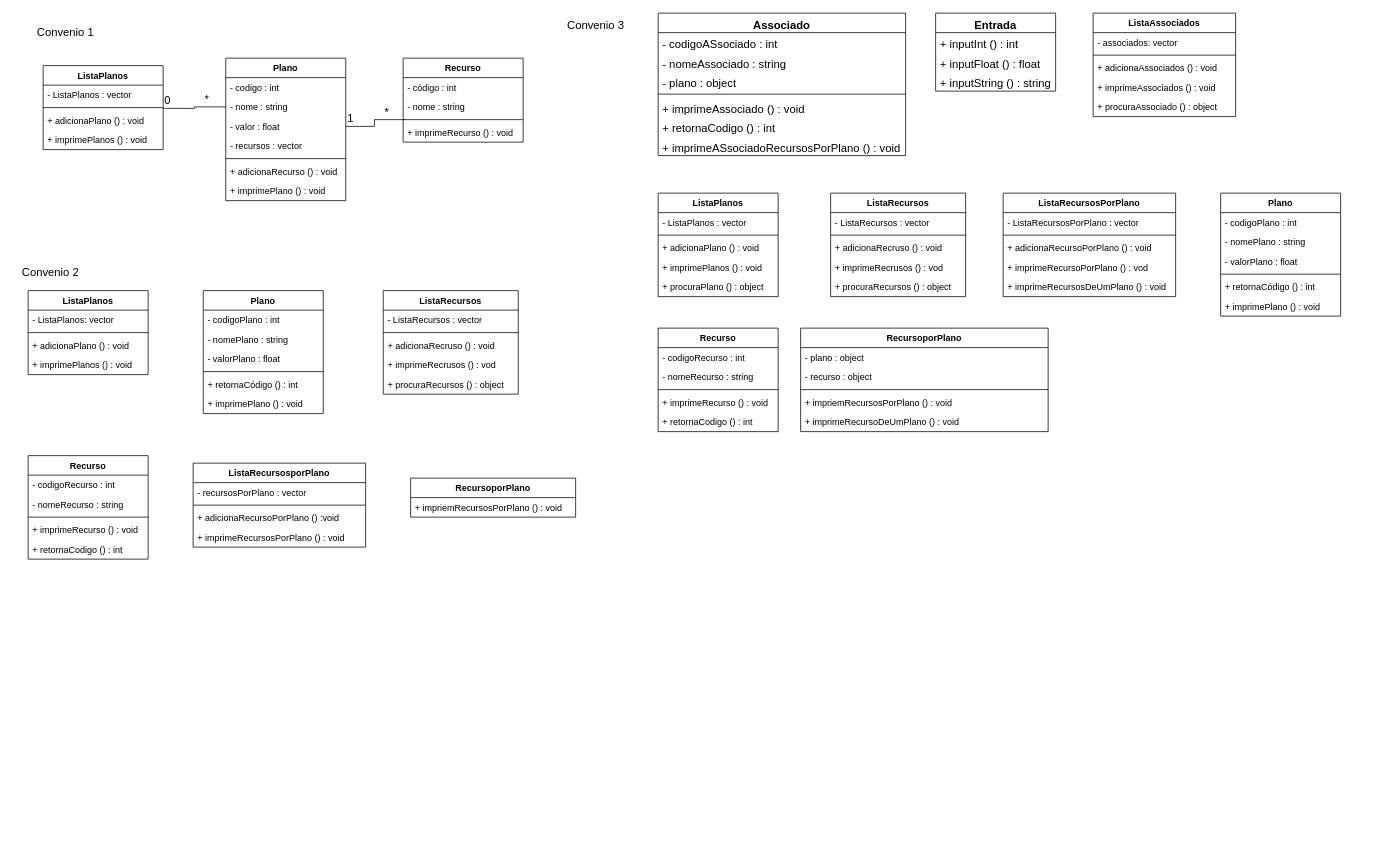
HansRafael/projects keeps this draw.io diagram as Facul/OOP.drawio. Above is the earlier version. Source tidied: cells renumbered, new cells numbered last; positions are measured from the earlier drawing's top-left corner, leaving out a move shared by most shapes. Both pictures are drawn from the tidied source at 75%, with x=0, y=0 at pixel (13, 13).
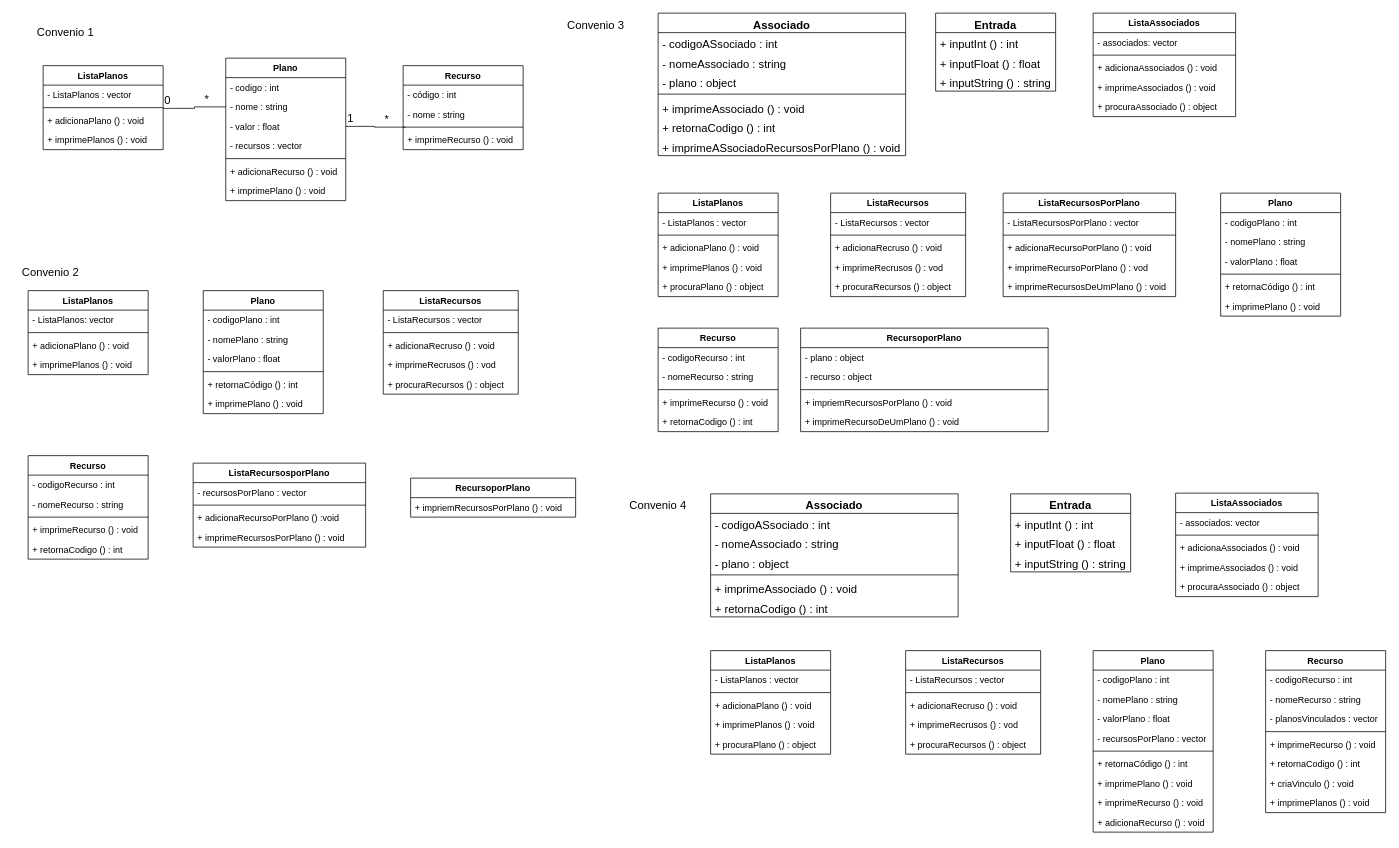
The same page after the edit.

Diff of the diagram source:
```diff
@@
     <mxCell id="15" value="Recurso" style="swimlane;fontStyle=1;align=center;verticalAlign=top;horizontal=1;startSize=26;" parent="1" vertex="1">
-      <mxGeometry x="520" y="60" width="160" height="112" as="geometry" />
+      <mxGeometry x="520" y="70" width="160" height="112" as="geometry" />
     </mxCell>
@@
+    <mxCell id="115" value="Convenio 4" style="text;html=1;strokeColor=none;fillColor=none;align=center;verticalAlign=middle;whiteSpace=wrap;rounded=0;fontSize=15;" parent="1" vertex="1">
+      <mxGeometry x="810" y="641" width="100" height="30" as="geometry" />
+    </mxCell>
+    <mxCell id="116" value="Associado" style="swimlane;fontStyle=1;align=center;verticalAlign=top;horizontal=1;startSize=26;fontSize=15;" parent="1" vertex="1">
+      <mxGeometry x="930" y="641" width="330" height="164" as="geometry" />
+    </mxCell>
+    <mxCell id="117" value="- codigoASsociado : int&#10;" style="text;strokeColor=none;fillColor=none;align=left;verticalAlign=top;spacingLeft=4;spacingRight=4;overflow=hidden;fontSize=15;" parent="116" vertex="1">
+      <mxGeometry y="26" width="330" height="26" as="geometry" />
+    </mxCell>
+    <mxCell id="118" value="- nomeAssociado : string&#10;" style="text;strokeColor=none;fillColor=none;align=left;verticalAlign=top;spacingLeft=4;spacingRight=4;overflow=hidden;fontSize=15;" parent="116" vertex="1">
+      <mxGeometry y="52" width="330" height="26" as="geometry" />
+    </mxCell>
+    <mxCell id="119" value="- plano : object" style="text;strokeColor=none;fillColor=none;align=left;verticalAlign=top;spacingLeft=4;spacingRight=4;overflow=hidden;fontSize=15;" parent="116" vertex="1">
+      <mxGeometry y="78" width="330" height="26" as="geometry" />
+    </mxCell>
+    <mxCell id="120" style="line;strokeWidth=1;fillColor=none;align=left;verticalAlign=middle;spacingTop=-1;spacingLeft=3;spacingRight=3;labelPosition=right;fontSize=15;" parent="116" vertex="1">
+      <mxGeometry y="104" width="330" height="8" as="geometry" />
+    </mxCell>
+    <mxCell id="121" value="+ imprimeAssociado () : void&#10;" style="text;strokeColor=none;fillColor=none;align=left;verticalAlign=top;spacingLeft=4;spacingRight=4;overflow=hidden;fontSize=15;" parent="116" vertex="1">
+      <mxGeometry y="112" width="330" height="26" as="geometry" />
+    </mxCell>
+    <mxCell id="122" value="+ retornaCodigo () : int" style="text;strokeColor=none;fillColor=none;align=left;verticalAlign=top;spacingLeft=4;spacingRight=4;overflow=hidden;fontSize=15;" parent="116" vertex="1">
+      <mxGeometry y="138" width="330" height="26" as="geometry" />
+    </mxCell>
+    <mxCell id="123" value="Entrada" style="swimlane;fontStyle=1;align=center;verticalAlign=top;horizontal=1;startSize=26;fontSize=15;" parent="1" vertex="1">
+      <mxGeometry x="1330" y="641" width="160" height="104" as="geometry" />
+    </mxCell>
+    <mxCell id="124" value="+ inputInt () : int" style="text;strokeColor=none;fillColor=none;align=left;verticalAlign=top;spacingLeft=4;spacingRight=4;overflow=hidden;fontSize=15;" parent="123" vertex="1">
+      <mxGeometry y="26" width="160" height="26" as="geometry" />
+    </mxCell>
+    <mxCell id="125" value="+ inputFloat () : float" style="text;strokeColor=none;fillColor=none;align=left;verticalAlign=top;spacingLeft=4;spacingRight=4;overflow=hidden;fontSize=15;" parent="123" vertex="1">
+      <mxGeometry y="52" width="160" height="26" as="geometry" />
+    </mxCell>
+    <mxCell id="126" value="+ inputString () : string" style="text;strokeColor=none;fillColor=none;align=left;verticalAlign=top;spacingLeft=4;spacingRight=4;overflow=hidden;fontSize=15;" parent="123" vertex="1">
+      <mxGeometry y="78" width="160" height="26" as="geometry" />
+    </mxCell>
+    <mxCell id="127" value="ListaAssociados" style="swimlane;fontStyle=1;align=center;verticalAlign=top;horizontal=1;startSize=26;" parent="1" vertex="1">
+      <mxGeometry x="1550" y="640" width="190" height="138" as="geometry" />
+    </mxCell>
+    <mxCell id="128" value="- associados: vector&#10;" style="text;strokeColor=none;fillColor=none;align=left;verticalAlign=top;spacingLeft=4;spacingRight=4;overflow=hidden;" parent="127" vertex="1">
+      <mxGeometry y="26" width="190" height="26" as="geometry" />
+    </mxCell>
+    <mxCell id="129" style="line;strokeWidth=1;fillColor=none;align=left;verticalAlign=middle;spacingTop=-1;spacingLeft=3;spacingRight=3;labelPosition=right;" parent="127" vertex="1">
+      <mxGeometry y="52" width="190" height="8" as="geometry" />
+    </mxCell>
+    <mxCell id="130" value="+ adicionaAssociados () : void" style="text;strokeColor=none;fillColor=none;align=left;verticalAlign=top;spacingLeft=4;spacingRight=4;overflow=hidden;" parent="127" vertex="1">
+      <mxGeometry y="60" width="190" height="26" as="geometry" />
+    </mxCell>
+    <mxCell id="131" value="+ imprimeAssociados () : void&#10;" style="text;strokeColor=none;fillColor=none;align=left;verticalAlign=top;spacingLeft=4;spacingRight=4;overflow=hidden;" parent="127" vertex="1">
+      <mxGeometry y="86" width="190" height="26" as="geometry" />
+    </mxCell>
+    <mxCell id="132" value="+ procuraAssociado () : object" style="text;strokeColor=none;fillColor=none;align=left;verticalAlign=top;spacingLeft=4;spacingRight=4;overflow=hidden;" parent="127" vertex="1">
+      <mxGeometry y="112" width="190" height="26" as="geometry" />
+    </mxCell>
+    <mxCell id="133" value="ListaPlanos" style="swimlane;fontStyle=1;align=center;verticalAlign=top;horizontal=1;startSize=26;" parent="1" vertex="1">
+      <mxGeometry x="930" y="850" width="160" height="138" as="geometry" />
+    </mxCell>
+    <mxCell id="134" value="- ListaPlanos : vector" style="text;strokeColor=none;fillColor=none;align=left;verticalAlign=top;spacingLeft=4;spacingRight=4;overflow=hidden;" parent="133" vertex="1">
+      <mxGeometry y="26" width="160" height="26" as="geometry" />
+    </mxCell>
+    <mxCell id="135" style="line;strokeWidth=1;fillColor=none;align=left;verticalAlign=middle;spacingTop=-1;spacingLeft=3;spacingRight=3;labelPosition=right;" parent="133" vertex="1">
+      <mxGeometry y="52" width="160" height="8" as="geometry" />
+    </mxCell>
+    <mxCell id="136" value="+ adicionaPlano () : void" style="text;strokeColor=none;fillColor=none;align=left;verticalAlign=top;spacingLeft=4;spacingRight=4;overflow=hidden;" parent="133" vertex="1">
+      <mxGeometry y="60" width="160" height="26" as="geometry" />
+    </mxCell>
+    <mxCell id="137" value="+ imprimePlanos () : void" style="text;strokeColor=none;fillColor=none;align=left;verticalAlign=top;spacingLeft=4;spacingRight=4;overflow=hidden;" parent="133" vertex="1">
+      <mxGeometry y="86" width="160" height="26" as="geometry" />
+    </mxCell>
+    <mxCell id="138" value="+ procuraPlano () : object" style="text;strokeColor=none;fillColor=none;align=left;verticalAlign=top;spacingLeft=4;spacingRight=4;overflow=hidden;" parent="133" vertex="1">
+      <mxGeometry y="112" width="160" height="26" as="geometry" />
+    </mxCell>
+    <mxCell id="139" value="ListaRecursos&#10;" style="swimlane;fontStyle=1;align=center;verticalAlign=top;horizontal=1;startSize=26;" parent="1" vertex="1">
+      <mxGeometry x="1190" y="850" width="180" height="138" as="geometry" />
+    </mxCell>
+    <mxCell id="140" value="- ListaRecursos : vector&#10;" style="text;strokeColor=none;fillColor=none;align=left;verticalAlign=top;spacingLeft=4;spacingRight=4;overflow=hidden;" parent="139" vertex="1">
+      <mxGeometry y="26" width="180" height="26" as="geometry" />
+    </mxCell>
+    <mxCell id="141" style="line;strokeWidth=1;fillColor=none;align=left;verticalAlign=middle;spacingTop=-1;spacingLeft=3;spacingRight=3;labelPosition=right;" parent="139" vertex="1">
+      <mxGeometry y="52" width="180" height="8" as="geometry" />
+    </mxCell>
+    <mxCell id="142" value="+ adicionaRecruso () : void&#10;" style="text;strokeColor=none;fillColor=none;align=left;verticalAlign=top;spacingLeft=4;spacingRight=4;overflow=hidden;" parent="139" vertex="1">
+      <mxGeometry y="60" width="180" height="26" as="geometry" />
+    </mxCell>
+    <mxCell id="143" value="+ imprimeRecrusos () : vod" style="text;strokeColor=none;fillColor=none;align=left;verticalAlign=top;spacingLeft=4;spacingRight=4;overflow=hidden;" parent="139" vertex="1">
+      <mxGeometry y="86" width="180" height="26" as="geometry" />
+    </mxCell>
+    <mxCell id="144" value="+ procuraRecursos () : object" style="text;strokeColor=none;fillColor=none;align=left;verticalAlign=top;spacingLeft=4;spacingRight=4;overflow=hidden;" parent="139" vertex="1">
+      <mxGeometry y="112" width="180" height="26" as="geometry" />
+    </mxCell>
+    <mxCell id="145" value="Plano" style="swimlane;fontStyle=1;align=center;verticalAlign=top;horizontal=1;startSize=26;" parent="1" vertex="1">
+      <mxGeometry x="1440" y="850" width="160" height="242" as="geometry" />
+    </mxCell>
+    <mxCell id="146" value="- codigoPlano : int&#10;" style="text;strokeColor=none;fillColor=none;align=left;verticalAlign=top;spacingLeft=4;spacingRight=4;overflow=hidden;" parent="145" vertex="1">
+      <mxGeometry y="26" width="160" height="26" as="geometry" />
+    </mxCell>
+    <mxCell id="147" value="- nomePlano : string&#10;" style="text;strokeColor=none;fillColor=none;align=left;verticalAlign=top;spacingLeft=4;spacingRight=4;overflow=hidden;" parent="145" vertex="1">
+      <mxGeometry y="52" width="160" height="26" as="geometry" />
+    </mxCell>
+    <mxCell id="148" value="- valorPlano : float" style="text;strokeColor=none;fillColor=none;align=left;verticalAlign=top;spacingLeft=4;spacingRight=4;overflow=hidden;" parent="145" vertex="1">
+      <mxGeometry y="78" width="160" height="26" as="geometry" />
+    </mxCell>
+    <mxCell id="149" value="- recursosPorPlano : vector" style="text;strokeColor=none;fillColor=none;align=left;verticalAlign=top;spacingLeft=4;spacingRight=4;overflow=hidden;" parent="145" vertex="1">
+      <mxGeometry y="104" width="160" height="26" as="geometry" />
+    </mxCell>
+    <mxCell id="150" style="line;strokeWidth=1;fillColor=none;align=left;verticalAlign=middle;spacingTop=-1;spacingLeft=3;spacingRight=3;labelPosition=right;" parent="145" vertex="1">
+      <mxGeometry y="130" width="160" height="8" as="geometry" />
+    </mxCell>
+    <mxCell id="151" value="+ retornaCódigo () : int" style="text;strokeColor=none;fillColor=none;align=left;verticalAlign=top;spacingLeft=4;spacingRight=4;overflow=hidden;" parent="145" vertex="1">
+      <mxGeometry y="138" width="160" height="26" as="geometry" />
+    </mxCell>
+    <mxCell id="152" value="+ imprimePlano () : void" style="text;strokeColor=none;fillColor=none;align=left;verticalAlign=top;spacingLeft=4;spacingRight=4;overflow=hidden;" parent="145" vertex="1">
+      <mxGeometry y="164" width="160" height="26" as="geometry" />
+    </mxCell>
+    <mxCell id="153" value="+ imprimeRecurso () : void" style="text;strokeColor=none;fillColor=none;align=left;verticalAlign=top;spacingLeft=4;spacingRight=4;overflow=hidden;" parent="145" vertex="1">
+      <mxGeometry y="190" width="160" height="26" as="geometry" />
+    </mxCell>
+    <mxCell id="154" value="+ adicionaRecurso () : void" style="text;strokeColor=none;fillColor=none;align=left;verticalAlign=top;spacingLeft=4;spacingRight=4;overflow=hidden;" parent="145" vertex="1">
+      <mxGeometry y="216" width="160" height="26" as="geometry" />
+    </mxCell>
+    <mxCell id="155" value="Recurso" style="swimlane;fontStyle=1;align=center;verticalAlign=top;horizontal=1;startSize=26;" parent="1" vertex="1">
+      <mxGeometry x="1670" y="850" width="160" height="216" as="geometry" />
+    </mxCell>
+    <mxCell id="156" value="- codigoRecurso : int" style="text;strokeColor=none;fillColor=none;align=left;verticalAlign=top;spacingLeft=4;spacingRight=4;overflow=hidden;" parent="155" vertex="1">
+      <mxGeometry y="26" width="160" height="26" as="geometry" />
+    </mxCell>
+    <mxCell id="157" value="- nomeRecurso : string" style="text;strokeColor=none;fillColor=none;align=left;verticalAlign=top;spacingLeft=4;spacingRight=4;overflow=hidden;" parent="155" vertex="1">
+      <mxGeometry y="52" width="160" height="26" as="geometry" />
+    </mxCell>
+    <mxCell id="158" value="- planosVinculados : vector" style="text;strokeColor=none;fillColor=none;align=left;verticalAlign=top;spacingLeft=4;spacingRight=4;overflow=hidden;" parent="155" vertex="1">
+      <mxGeometry y="78" width="160" height="26" as="geometry" />
+    </mxCell>
+    <mxCell id="159" style="line;strokeWidth=1;fillColor=none;align=left;verticalAlign=middle;spacingTop=-1;spacingLeft=3;spacingRight=3;labelPosition=right;" parent="155" vertex="1">
+      <mxGeometry y="104" width="160" height="8" as="geometry" />
+    </mxCell>
+    <mxCell id="160" value="+ imprimeRecurso () : void&#10;" style="text;strokeColor=none;fillColor=none;align=left;verticalAlign=top;spacingLeft=4;spacingRight=4;overflow=hidden;" parent="155" vertex="1">
+      <mxGeometry y="112" width="160" height="26" as="geometry" />
+    </mxCell>
+    <mxCell id="161" value="+ retornaCodigo () : int" style="text;strokeColor=none;fillColor=none;align=left;verticalAlign=top;spacingLeft=4;spacingRight=4;overflow=hidden;" parent="155" vertex="1">
+      <mxGeometry y="138" width="160" height="26" as="geometry" />
+    </mxCell>
+    <mxCell id="162" value="+ criaVinculo () : void" style="text;strokeColor=none;fillColor=none;align=left;verticalAlign=top;spacingLeft=4;spacingRight=4;overflow=hidden;" parent="155" vertex="1">
+      <mxGeometry y="164" width="160" height="26" as="geometry" />
+    </mxCell>
+    <mxCell id="163" value="+ imprimePlanos () : void" style="text;strokeColor=none;fillColor=none;align=left;verticalAlign=top;spacingLeft=4;spacingRight=4;overflow=hidden;" parent="155" vertex="1">
+      <mxGeometry y="190" width="160" height="26" as="geometry" />
+    </mxCell>
```
